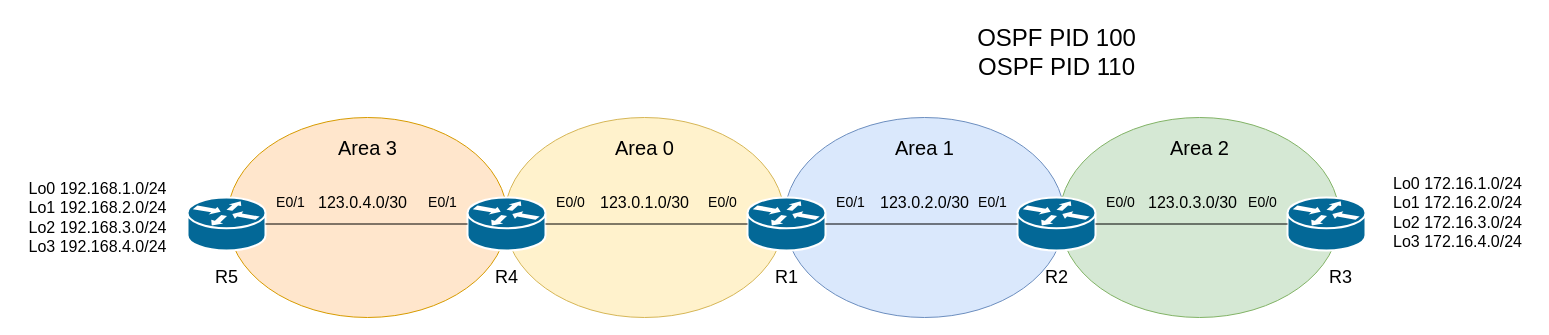
The draw.io diagram Equipment-operation/Cisco/Router/OSPF/Image/irregular area.drawio in Lai920123/Network-Engineering-Tutorials, before the edit. Source tidied: cells renumbered, new cells numbered last; positions are measured from the earlier drawing's top-left corner, leaving out a move shared by most shapes. Both pictures are drawn from the tidied source at 100%, with x=0, y=0 at pixel (17, 17).
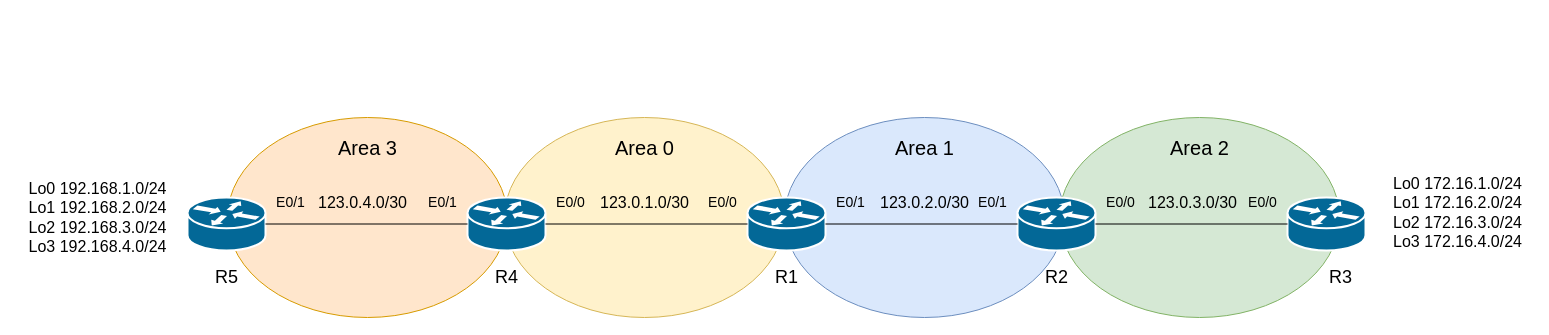
The same diagram, later.

Commit message (it also covers changes not shown here):
changed content of OSPF

Diff of the diagram source:
```diff
@@
-    <mxCell id="37" value="&lt;font style=&quot;font-size: 24px;&quot;&gt;OSPF PID 100&lt;br&gt;OSPF PID 110&lt;/font&gt;" style="text;html=1;align=center;verticalAlign=middle;strokeColor=none;fillColor=none;" parent="1" vertex="1">
-      <mxGeometry x="949" width="180" height="70" as="geometry" />
-    </mxCell>
```
